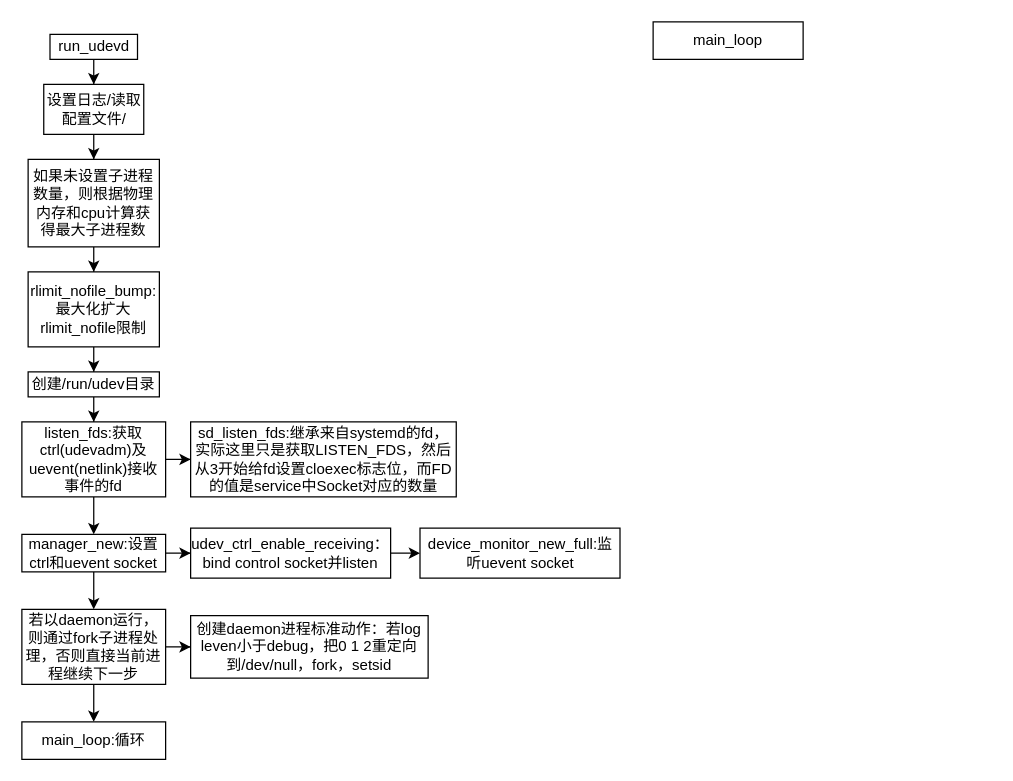
syyhao1994/shenyangyang.github.io keeps this draw.io diagram as systemd/code_read/udevd/udevd.drawio. Above is the earlier version. Source tidied: cells renumbered, new cells numbered last; positions are measured from the earlier drawing's top-left corner, leaving out a move shared by most shapes. Both pictures are drawn from the tidied source at 125%, with x=0, y=0 at pixel (21, 21).
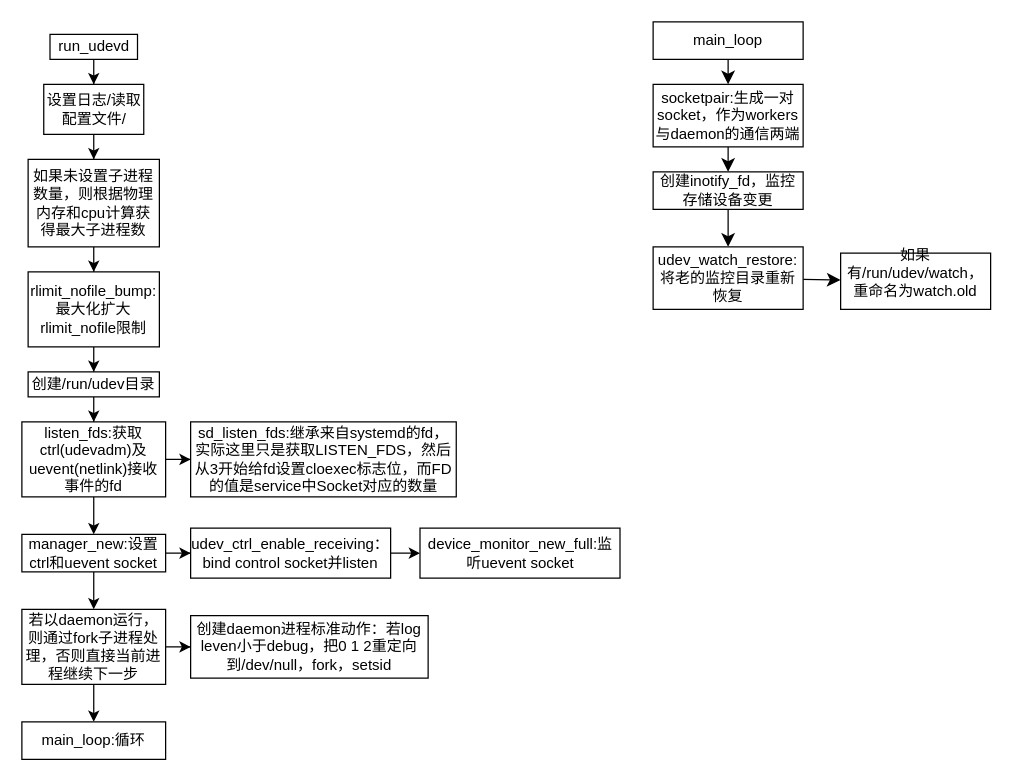
After the change.

Unchanged cells that the change refers to:
```xml
<mxCell id="27" value="main_loop" style="rounded=0;whiteSpace=wrap;html=1;" parent="1" vertex="1">
  <mxGeometry x="505" width="120" height="30" as="geometry" />
</mxCell>
```

The edit, as a diff of the source:
```diff
@@
+    <mxCell id="28" style="edgeStyle=none;curved=1;rounded=0;jettySize=auto;html=1;fontSize=12;startSize=8;endSize=8;" parent="1" edge="1" source="27" target="30">
+      <mxGeometry relative="1" as="geometry" />
+    </mxCell>
@@
+    <mxCell id="29" style="edgeStyle=none;curved=1;rounded=0;jettySize=auto;html=1;fontSize=12;startSize=8;endSize=8;" parent="1" edge="1" source="30" target="32">
+      <mxGeometry relative="1" as="geometry" />
+    </mxCell>
+    <mxCell id="30" value="socketpair:生成一对socket，作为workers与daemon的通信两端" style="rounded=0;whiteSpace=wrap;html=1;" parent="1" vertex="1">
+      <mxGeometry x="505" y="50" width="120" height="50" as="geometry" />
+    </mxCell>
+    <mxCell id="31" style="edgeStyle=none;curved=1;rounded=0;jettySize=auto;html=1;fontSize=12;startSize=8;endSize=8;" parent="1" edge="1" source="32" target="34">
+      <mxGeometry relative="1" as="geometry" />
+    </mxCell>
+    <mxCell id="32" value="创建inotify_fd，监控存储设备变更" style="rounded=0;whiteSpace=wrap;html=1;" parent="1" vertex="1">
+      <mxGeometry x="505" y="120" width="120" height="30" as="geometry" />
+    </mxCell>
+    <mxCell id="33" style="edgeStyle=none;curved=1;rounded=0;jettySize=auto;html=1;fontSize=12;startSize=8;endSize=8;" parent="1" edge="1" source="34" target="35">
+      <mxGeometry relative="1" as="geometry" />
+    </mxCell>
+    <mxCell id="34" value="udev_watch_restore:将老的监控目录重新恢复" style="rounded=0;whiteSpace=wrap;html=1;" parent="1" vertex="1">
+      <mxGeometry x="505" y="180" width="120" height="50" as="geometry" />
+    </mxCell>
+    <mxCell id="35" value="如果有/run/udev/watch，重命名为watch.old&lt;div&gt;&lt;br&gt;&lt;/div&gt;" style="rounded=0;whiteSpace=wrap;html=1;" parent="1" vertex="1">
+      <mxGeometry x="655" y="185" width="120" height="45" as="geometry" />
+    </mxCell>
```
